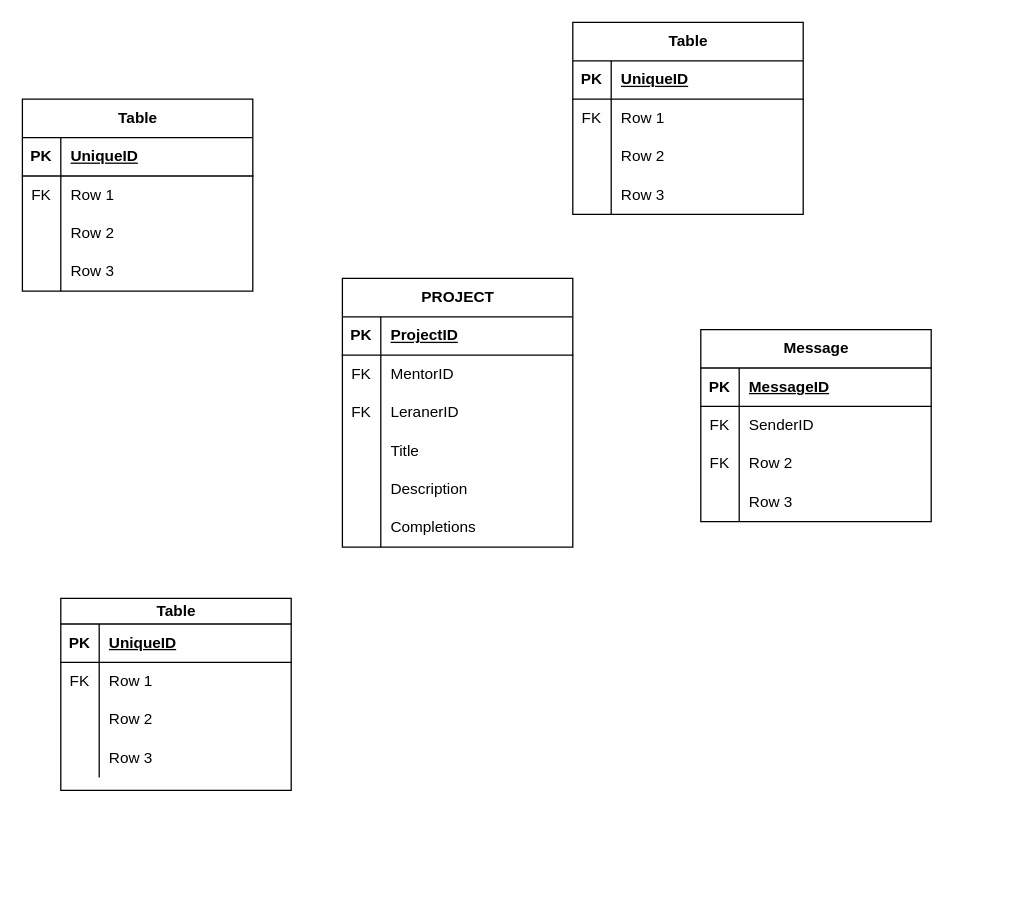
The draw.io diagram Untitled Diagram.drawio in i-ninte/CSM141081, before the edit. Source tidied: cells renumbered, new cells numbered last; positions are measured from the earlier drawing's top-left corner, leaving out a move shared by most shapes. Both pictures are drawn from the tidied source at 128%, with x=0, y=0 at pixel (22, 22).
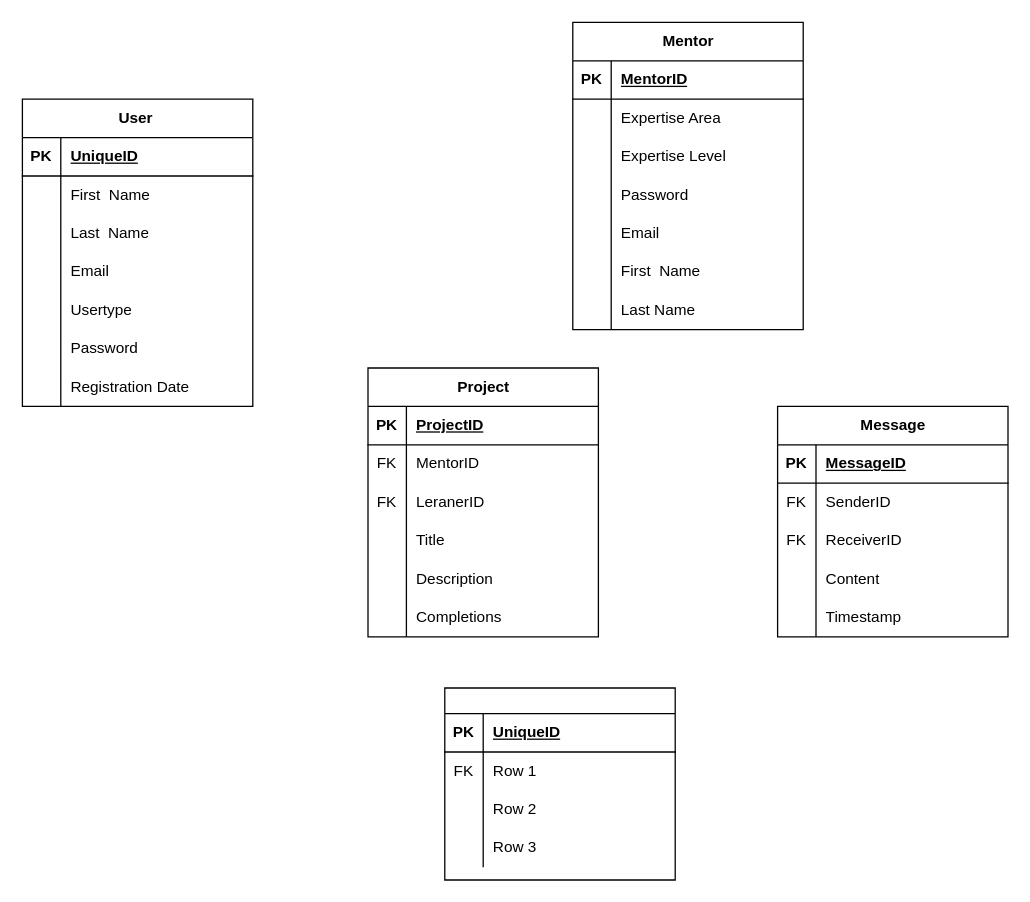
After the change.

The change refers to these unchanged cells:
```xml
<mxCell id="22" style="shape=tableRow;horizontal=0;startSize=0;swimlaneHead=0;swimlaneBody=0;fillColor=none;top=0;left=0;right=0;bottom=1;" parent="21" vertex="1">
  <mxGeometry y="30" width="180" height="30" as="geometry" />
</mxCell>
<mxCell id="25" style="shape=tableRow;horizontal=0;startSize=0;swimlaneHead=0;swimlaneBody=0;fillColor=none;top=0;left=0;right=0;bottom=0;" parent="21" vertex="1">
  <mxGeometry y="60" width="180" height="30" as="geometry" />
</mxCell>
<mxCell id="28" style="shape=tableRow;horizontal=0;startSize=0;swimlaneHead=0;swimlaneBody=0;fillColor=none;top=0;left=0;right=0;bottom=0;" parent="21" vertex="1">
  <mxGeometry y="90" width="180" height="30" as="geometry" />
</mxCell>
<mxCell id="31" style="shape=tableRow;horizontal=0;startSize=0;swimlaneHead=0;swimlaneBody=0;fillColor=none;top=0;left=0;right=0;bottom=0;" parent="21" vertex="1">
  <mxGeometry y="120" width="180" height="30" as="geometry" />
</mxCell>
<mxCell id="38" style="shape=tableRow;horizontal=0;startSize=0;swimlaneHead=0;swimlaneBody=0;fillColor=none;top=0;left=0;right=0;bottom=0;" parent="34" vertex="1">
  <mxGeometry y="60" width="180" height="30" as="geometry" />
</mxCell>
<mxCell id="41" style="shape=tableRow;horizontal=0;startSize=0;swimlaneHead=0;swimlaneBody=0;fillColor=none;top=0;left=0;right=0;bottom=0;" parent="34" vertex="1">
  <mxGeometry y="90" width="180" height="30" as="geometry" />
</mxCell>
<mxCell id="44" style="shape=tableRow;horizontal=0;startSize=0;swimlaneHead=0;swimlaneBody=0;fillColor=none;top=0;left=0;right=0;bottom=0;" parent="34" vertex="1">
  <mxGeometry y="120" width="180" height="30" as="geometry" />
</mxCell>
<mxCell id="54" style="shape=tableRow;horizontal=0;startSize=0;swimlaneHead=0;swimlaneBody=0;fillColor=none;top=0;left=0;right=0;bottom=0;" parent="47" vertex="1">
  <mxGeometry y="90" width="180" height="30" as="geometry" />
</mxCell>
<mxCell id="57" style="shape=tableRow;horizontal=0;startSize=0;swimlaneHead=0;swimlaneBody=0;fillColor=none;top=0;left=0;right=0;bottom=0;" parent="47" vertex="1">
  <mxGeometry y="120" width="180" height="30" as="geometry" />
</mxCell>
```

What changed in the source:
```diff
@@
-    <mxCell id="2" value="PROJECT" style="shape=table;startSize=30;childLayout=tableLayout;rowLines=0;fontStyle=1;align=center;html=1;" parent="1" vertex="1">
-      <mxGeometry x="250" y="200" width="180" height="210" as="geometry" />
+    <mxCell id="2" value="Project" style="shape=table;startSize=30;childLayout=tableLayout;rowLines=0;fontStyle=1;align=center;html=1;" parent="1" vertex="1">
+      <mxGeometry x="270" y="270" width="180" height="210" as="geometry" />
     </mxCell>
@@
-    <mxCell id="21" value="Table" style="shape=table;startSize=30;childLayout=tableLayout;rowLines=0;fontStyle=1;align=center;html=1;" parent="1" vertex="1">
-      <mxGeometry x="430" width="180" height="150" as="geometry" />
+    <mxCell id="21" value="Mentor" style="shape=table;startSize=30;childLayout=tableLayout;rowLines=0;fontStyle=1;align=center;html=1;" parent="1" vertex="1">
+      <mxGeometry x="430" width="180" height="240" as="geometry" />
     </mxCell>
@@
-    <mxCell id="24" value="UniqueID" style="shape=partialRectangle;fillColor=none;top=0;left=0;bottom=0;right=0;align=left;spacingLeft=6;fontStyle=5;overflow=hidden;whiteSpace=wrap;html=1;" parent="22" vertex="1">
+    <mxCell id="24" value="MentorID" style="shape=partialRectangle;fillColor=none;top=0;left=0;bottom=0;right=0;align=left;spacingLeft=6;fontStyle=5;overflow=hidden;whiteSpace=wrap;html=1;" parent="22" vertex="1">
       <mxGeometry x="30" width="150" height="30" as="geometry" />
     </mxCell>
@@
-    <mxCell id="26" value="FK" style="shape=partialRectangle;fillColor=none;top=0;left=0;bottom=0;right=0;overflow=hidden;whiteSpace=wrap;html=1;" parent="25" vertex="1">
+    <mxCell id="26" style="shape=partialRectangle;fillColor=none;top=0;left=0;bottom=0;right=0;overflow=hidden;whiteSpace=wrap;html=1;" parent="25" vertex="1">
       <mxGeometry width="30" height="30" as="geometry" />
     </mxCell>
-    <mxCell id="27" value="Row 1" style="shape=partialRectangle;fillColor=none;top=0;left=0;bottom=0;right=0;align=left;spacingLeft=6;overflow=hidden;whiteSpace=wrap;html=1;" parent="25" vertex="1">
+    <mxCell id="27" value="Expertise Area" style="shape=partialRectangle;fillColor=none;top=0;left=0;bottom=0;right=0;align=left;spacingLeft=6;overflow=hidden;whiteSpace=wrap;html=1;" parent="25" vertex="1">
       <mxGeometry x="30" width="150" height="30" as="geometry" />
     </mxCell>
@@
-    <mxCell id="30" value="Row 2" style="shape=partialRectangle;fillColor=none;top=0;left=0;bottom=0;right=0;align=left;spacingLeft=6;overflow=hidden;whiteSpace=wrap;html=1;" parent="28" vertex="1">
+    <mxCell id="30" value="Expertise Level" style="shape=partialRectangle;fillColor=none;top=0;left=0;bottom=0;right=0;align=left;spacingLeft=6;overflow=hidden;whiteSpace=wrap;html=1;" parent="28" vertex="1">
       <mxGeometry x="30" width="150" height="30" as="geometry" />
     </mxCell>
@@
-    <mxCell id="33" value="Row 3" style="shape=partialRectangle;fillColor=none;top=0;left=0;bottom=0;right=0;align=left;spacingLeft=6;overflow=hidden;whiteSpace=wrap;html=1;" parent="31" vertex="1">
+    <mxCell id="33" value="Password" style="shape=partialRectangle;fillColor=none;top=0;left=0;bottom=0;right=0;align=left;spacingLeft=6;overflow=hidden;whiteSpace=wrap;html=1;" parent="31" vertex="1">
       <mxGeometry x="30" width="150" height="30" as="geometry" />
     </mxCell>
+    <mxCell id="73" style="shape=tableRow;horizontal=0;startSize=0;swimlaneHead=0;swimlaneBody=0;fillColor=none;top=0;left=0;right=0;bottom=0;" parent="21" vertex="1">
+      <mxGeometry y="150" width="180" height="30" as="geometry" />
+    </mxCell>
+    <mxCell id="74" style="shape=partialRectangle;fillColor=none;top=0;left=0;bottom=0;right=0;overflow=hidden;whiteSpace=wrap;html=1;" parent="73" vertex="1">
+      <mxGeometry width="30" height="30" as="geometry" />
+    </mxCell>
+    <mxCell id="75" value="Email" style="shape=partialRectangle;fillColor=none;top=0;left=0;bottom=0;right=0;align=left;spacingLeft=6;overflow=hidden;whiteSpace=wrap;html=1;" parent="73" vertex="1">
+      <mxGeometry x="30" width="150" height="30" as="geometry" />
+    </mxCell>
+    <mxCell id="76" style="shape=tableRow;horizontal=0;startSize=0;swimlaneHead=0;swimlaneBody=0;fillColor=none;top=0;left=0;right=0;bottom=0;" parent="21" vertex="1">
+      <mxGeometry y="180" width="180" height="30" as="geometry" />
+    </mxCell>
+    <mxCell id="77" style="shape=partialRectangle;fillColor=none;top=0;left=0;bottom=0;right=0;overflow=hidden;whiteSpace=wrap;html=1;" parent="76" vertex="1">
+      <mxGeometry width="30" height="30" as="geometry" />
+    </mxCell>
+    <mxCell id="78" value="First&amp;nbsp; Name&amp;nbsp;" style="shape=partialRectangle;fillColor=none;top=0;left=0;bottom=0;right=0;align=left;spacingLeft=6;overflow=hidden;whiteSpace=wrap;html=1;" parent="76" vertex="1">
+      <mxGeometry x="30" width="150" height="30" as="geometry" />
+    </mxCell>
+    <mxCell id="79" style="shape=tableRow;horizontal=0;startSize=0;swimlaneHead=0;swimlaneBody=0;fillColor=none;top=0;left=0;right=0;bottom=0;" parent="21" vertex="1">
+      <mxGeometry y="210" width="180" height="30" as="geometry" />
+    </mxCell>
+    <mxCell id="80" style="shape=partialRectangle;fillColor=none;top=0;left=0;bottom=0;right=0;overflow=hidden;whiteSpace=wrap;html=1;" parent="79" vertex="1">
+      <mxGeometry width="30" height="30" as="geometry" />
+    </mxCell>
+    <mxCell id="81" value="Last Name" style="shape=partialRectangle;fillColor=none;top=0;left=0;bottom=0;right=0;align=left;spacingLeft=6;overflow=hidden;whiteSpace=wrap;html=1;" parent="79" vertex="1">
+      <mxGeometry x="30" width="150" height="30" as="geometry" />
+    </mxCell>
-    <mxCell id="34" value="Table" style="shape=table;startSize=30;childLayout=tableLayout;rowLines=0;fontStyle=1;align=center;html=1;" parent="1" vertex="1">
-      <mxGeometry y="60" width="180" height="150" as="geometry" />
+    <mxCell id="34" value="User&amp;nbsp;" style="shape=table;startSize=30;childLayout=tableLayout;rowLines=0;fontStyle=1;align=center;html=1;" parent="1" vertex="1">
+      <mxGeometry y="60" width="180" height="240" as="geometry" />
     </mxCell>
@@
-    <mxCell id="39" value="FK" style="shape=partialRectangle;fillColor=none;top=0;left=0;bottom=0;right=0;overflow=hidden;whiteSpace=wrap;html=1;" parent="38" vertex="1">
+    <mxCell id="39" style="shape=partialRectangle;fillColor=none;top=0;left=0;bottom=0;right=0;overflow=hidden;whiteSpace=wrap;html=1;" parent="38" vertex="1">
       <mxGeometry width="30" height="30" as="geometry" />
     </mxCell>
-    <mxCell id="40" value="Row 1" style="shape=partialRectangle;fillColor=none;top=0;left=0;bottom=0;right=0;align=left;spacingLeft=6;overflow=hidden;whiteSpace=wrap;html=1;" parent="38" vertex="1">
+    <mxCell id="40" value="First&amp;nbsp; Name" style="shape=partialRectangle;fillColor=none;top=0;left=0;bottom=0;right=0;align=left;spacingLeft=6;overflow=hidden;whiteSpace=wrap;html=1;" parent="38" vertex="1">
       <mxGeometry x="30" width="150" height="30" as="geometry" />
     </mxCell>
@@
-    <mxCell id="43" value="Row 2" style="shape=partialRectangle;fillColor=none;top=0;left=0;bottom=0;right=0;align=left;spacingLeft=6;overflow=hidden;whiteSpace=wrap;html=1;" parent="41" vertex="1">
+    <mxCell id="43" value="Last&amp;nbsp; Name" style="shape=partialRectangle;fillColor=none;top=0;left=0;bottom=0;right=0;align=left;spacingLeft=6;overflow=hidden;whiteSpace=wrap;html=1;" parent="41" vertex="1">
       <mxGeometry x="30" width="150" height="30" as="geometry" />
     </mxCell>
@@
-    <mxCell id="46" value="Row 3" style="shape=partialRectangle;fillColor=none;top=0;left=0;bottom=0;right=0;align=left;spacingLeft=6;overflow=hidden;whiteSpace=wrap;html=1;" parent="44" vertex="1">
+    <mxCell id="46" value="Email" style="shape=partialRectangle;fillColor=none;top=0;left=0;bottom=0;right=0;align=left;spacingLeft=6;overflow=hidden;whiteSpace=wrap;html=1;" parent="44" vertex="1">
       <mxGeometry x="30" width="150" height="30" as="geometry" />
     </mxCell>
+    <mxCell id="82" style="shape=tableRow;horizontal=0;startSize=0;swimlaneHead=0;swimlaneBody=0;fillColor=none;top=0;left=0;right=0;bottom=0;" parent="34" vertex="1">
+      <mxGeometry y="150" width="180" height="30" as="geometry" />
+    </mxCell>
+    <mxCell id="83" style="shape=partialRectangle;fillColor=none;top=0;left=0;bottom=0;right=0;overflow=hidden;whiteSpace=wrap;html=1;" parent="82" vertex="1">
+      <mxGeometry width="30" height="30" as="geometry" />
+    </mxCell>
+    <mxCell id="84" value="Usertype" style="shape=partialRectangle;fillColor=none;top=0;left=0;bottom=0;right=0;align=left;spacingLeft=6;overflow=hidden;whiteSpace=wrap;html=1;" parent="82" vertex="1">
+      <mxGeometry x="30" width="150" height="30" as="geometry" />
+    </mxCell>
+    <mxCell id="85" style="shape=tableRow;horizontal=0;startSize=0;swimlaneHead=0;swimlaneBody=0;fillColor=none;top=0;left=0;right=0;bottom=0;" parent="34" vertex="1">
+      <mxGeometry y="180" width="180" height="30" as="geometry" />
+    </mxCell>
+    <mxCell id="86" style="shape=partialRectangle;fillColor=none;top=0;left=0;bottom=0;right=0;overflow=hidden;whiteSpace=wrap;html=1;" parent="85" vertex="1">
+      <mxGeometry width="30" height="30" as="geometry" />
+    </mxCell>
+    <mxCell id="87" value="Password" style="shape=partialRectangle;fillColor=none;top=0;left=0;bottom=0;right=0;align=left;spacingLeft=6;overflow=hidden;whiteSpace=wrap;html=1;" parent="85" vertex="1">
+      <mxGeometry x="30" width="150" height="30" as="geometry" />
+    </mxCell>
+    <mxCell id="88" style="shape=tableRow;horizontal=0;startSize=0;swimlaneHead=0;swimlaneBody=0;fillColor=none;top=0;left=0;right=0;bottom=0;" parent="34" vertex="1">
+      <mxGeometry y="210" width="180" height="30" as="geometry" />
+    </mxCell>
+    <mxCell id="89" style="shape=partialRectangle;fillColor=none;top=0;left=0;bottom=0;right=0;overflow=hidden;whiteSpace=wrap;html=1;" parent="88" vertex="1">
+      <mxGeometry width="30" height="30" as="geometry" />
+    </mxCell>
+    <mxCell id="90" value="Registration Date" style="shape=partialRectangle;fillColor=none;top=0;left=0;bottom=0;right=0;align=left;spacingLeft=6;overflow=hidden;whiteSpace=wrap;html=1;" parent="88" vertex="1">
+      <mxGeometry x="30" width="150" height="30" as="geometry" />
+    </mxCell>
     <mxCell id="47" value="Message&lt;br&gt;" style="shape=table;startSize=30;childLayout=tableLayout;rowLines=0;fontStyle=1;align=center;html=1;" parent="1" vertex="1">
-      <mxGeometry x="530" y="240" width="180" height="150" as="geometry" />
+      <mxGeometry x="590" y="300" width="180" height="180" as="geometry" />
     </mxCell>
@@
-    <mxCell id="56" value="Row 2" style="shape=partialRectangle;fillColor=none;top=0;left=0;bottom=0;right=0;align=left;spacingLeft=6;overflow=hidden;whiteSpace=wrap;html=1;" parent="54" vertex="1">
+    <mxCell id="56" value="ReceiverID" style="shape=partialRectangle;fillColor=none;top=0;left=0;bottom=0;right=0;align=left;spacingLeft=6;overflow=hidden;whiteSpace=wrap;html=1;" parent="54" vertex="1">
       <mxGeometry x="30" width="150" height="30" as="geometry" />
     </mxCell>
@@
-    <mxCell id="59" value="Row 3" style="shape=partialRectangle;fillColor=none;top=0;left=0;bottom=0;right=0;align=left;spacingLeft=6;overflow=hidden;whiteSpace=wrap;html=1;" parent="57" vertex="1">
+    <mxCell id="59" value="Content" style="shape=partialRectangle;fillColor=none;top=0;left=0;bottom=0;right=0;align=left;spacingLeft=6;overflow=hidden;whiteSpace=wrap;html=1;" parent="57" vertex="1">
       <mxGeometry x="30" width="150" height="30" as="geometry" />
     </mxCell>
+    <mxCell id="91" style="shape=tableRow;horizontal=0;startSize=0;swimlaneHead=0;swimlaneBody=0;fillColor=none;top=0;left=0;right=0;bottom=0;" parent="47" vertex="1">
+      <mxGeometry y="150" width="180" height="30" as="geometry" />
+    </mxCell>
+    <mxCell id="92" style="shape=partialRectangle;fillColor=none;top=0;left=0;bottom=0;right=0;overflow=hidden;whiteSpace=wrap;html=1;" parent="91" vertex="1">
+      <mxGeometry width="30" height="30" as="geometry" />
+    </mxCell>
+    <mxCell id="93" value="Timestamp" style="shape=partialRectangle;fillColor=none;top=0;left=0;bottom=0;right=0;align=left;spacingLeft=6;overflow=hidden;whiteSpace=wrap;html=1;" parent="91" vertex="1">
+      <mxGeometry x="30" width="150" height="30" as="geometry" />
+    </mxCell>
-    <mxCell id="60" value="Table" style="shape=table;startSize=20;childLayout=tableLayout;rowLines=0;fontStyle=1;align=center;html=1;" parent="1" vertex="1">
-      <mxGeometry x="30" y="450" width="180" height="150" as="geometry" />
+    <mxCell id="60" style="shape=table;startSize=20;childLayout=tableLayout;rowLines=0;fontStyle=1;align=center;html=1;" parent="1" vertex="1">
+      <mxGeometry x="330" y="520" width="180" height="150" as="geometry" />
     </mxCell>
```
